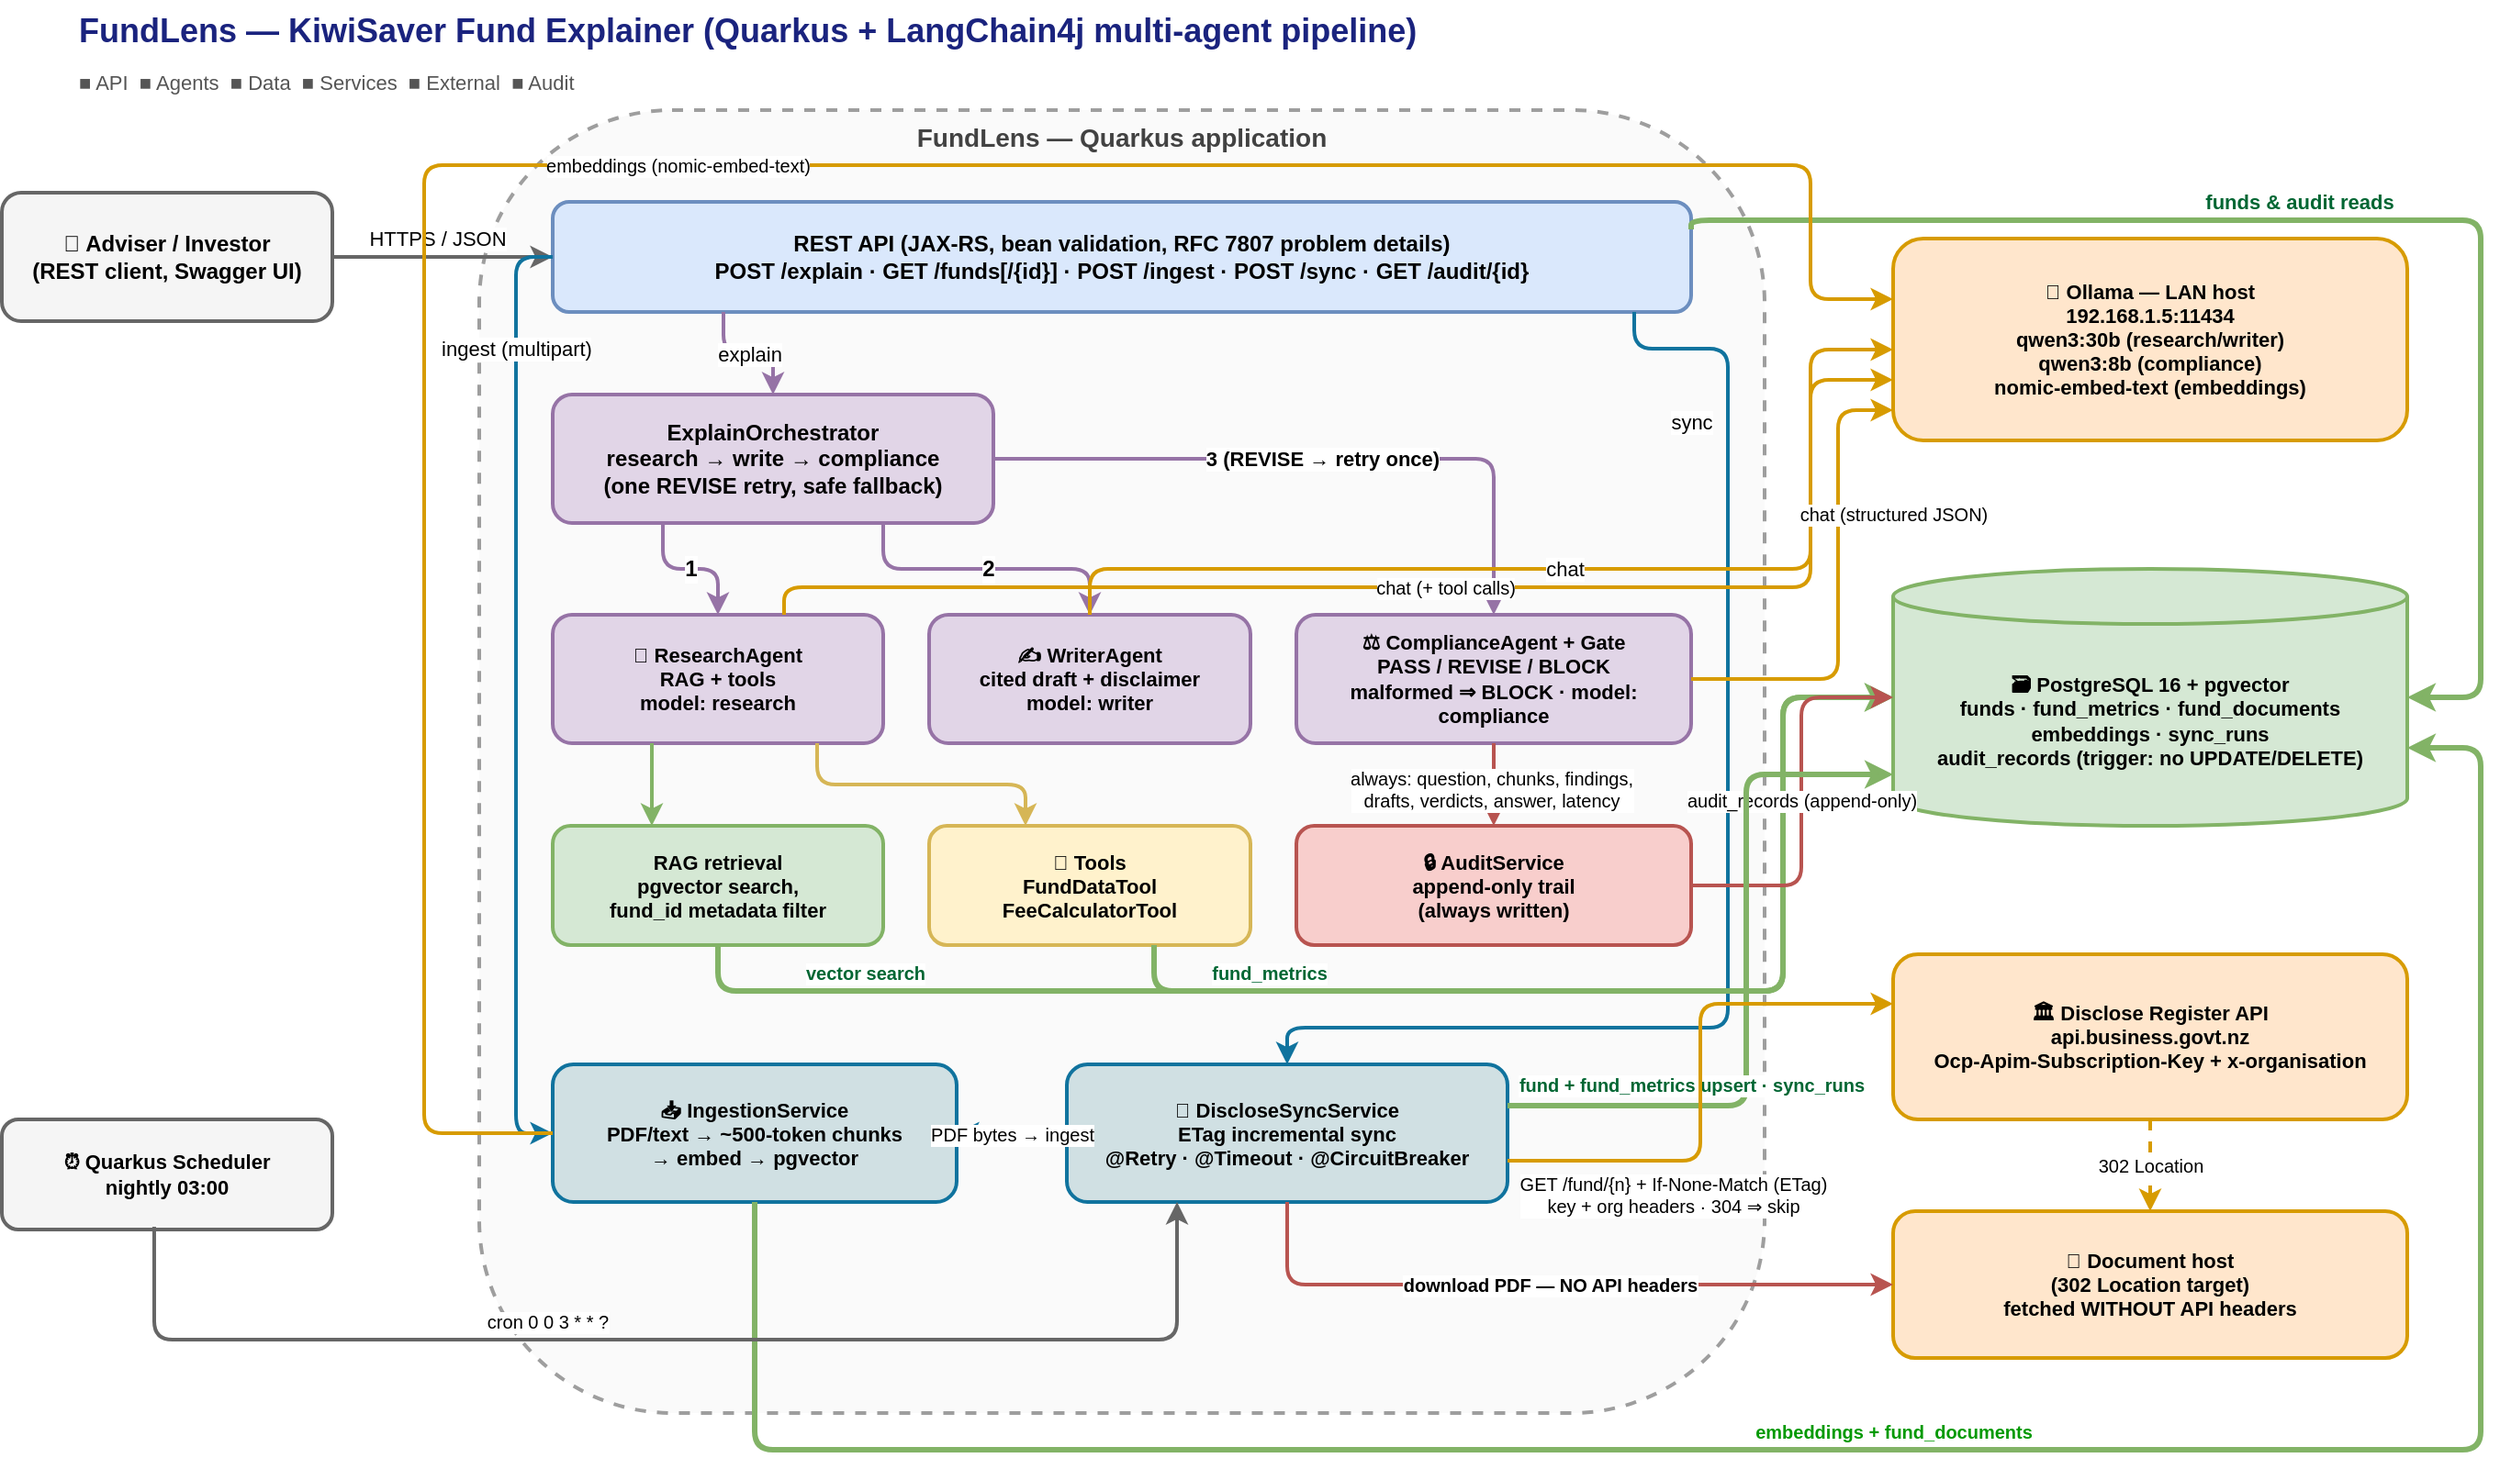
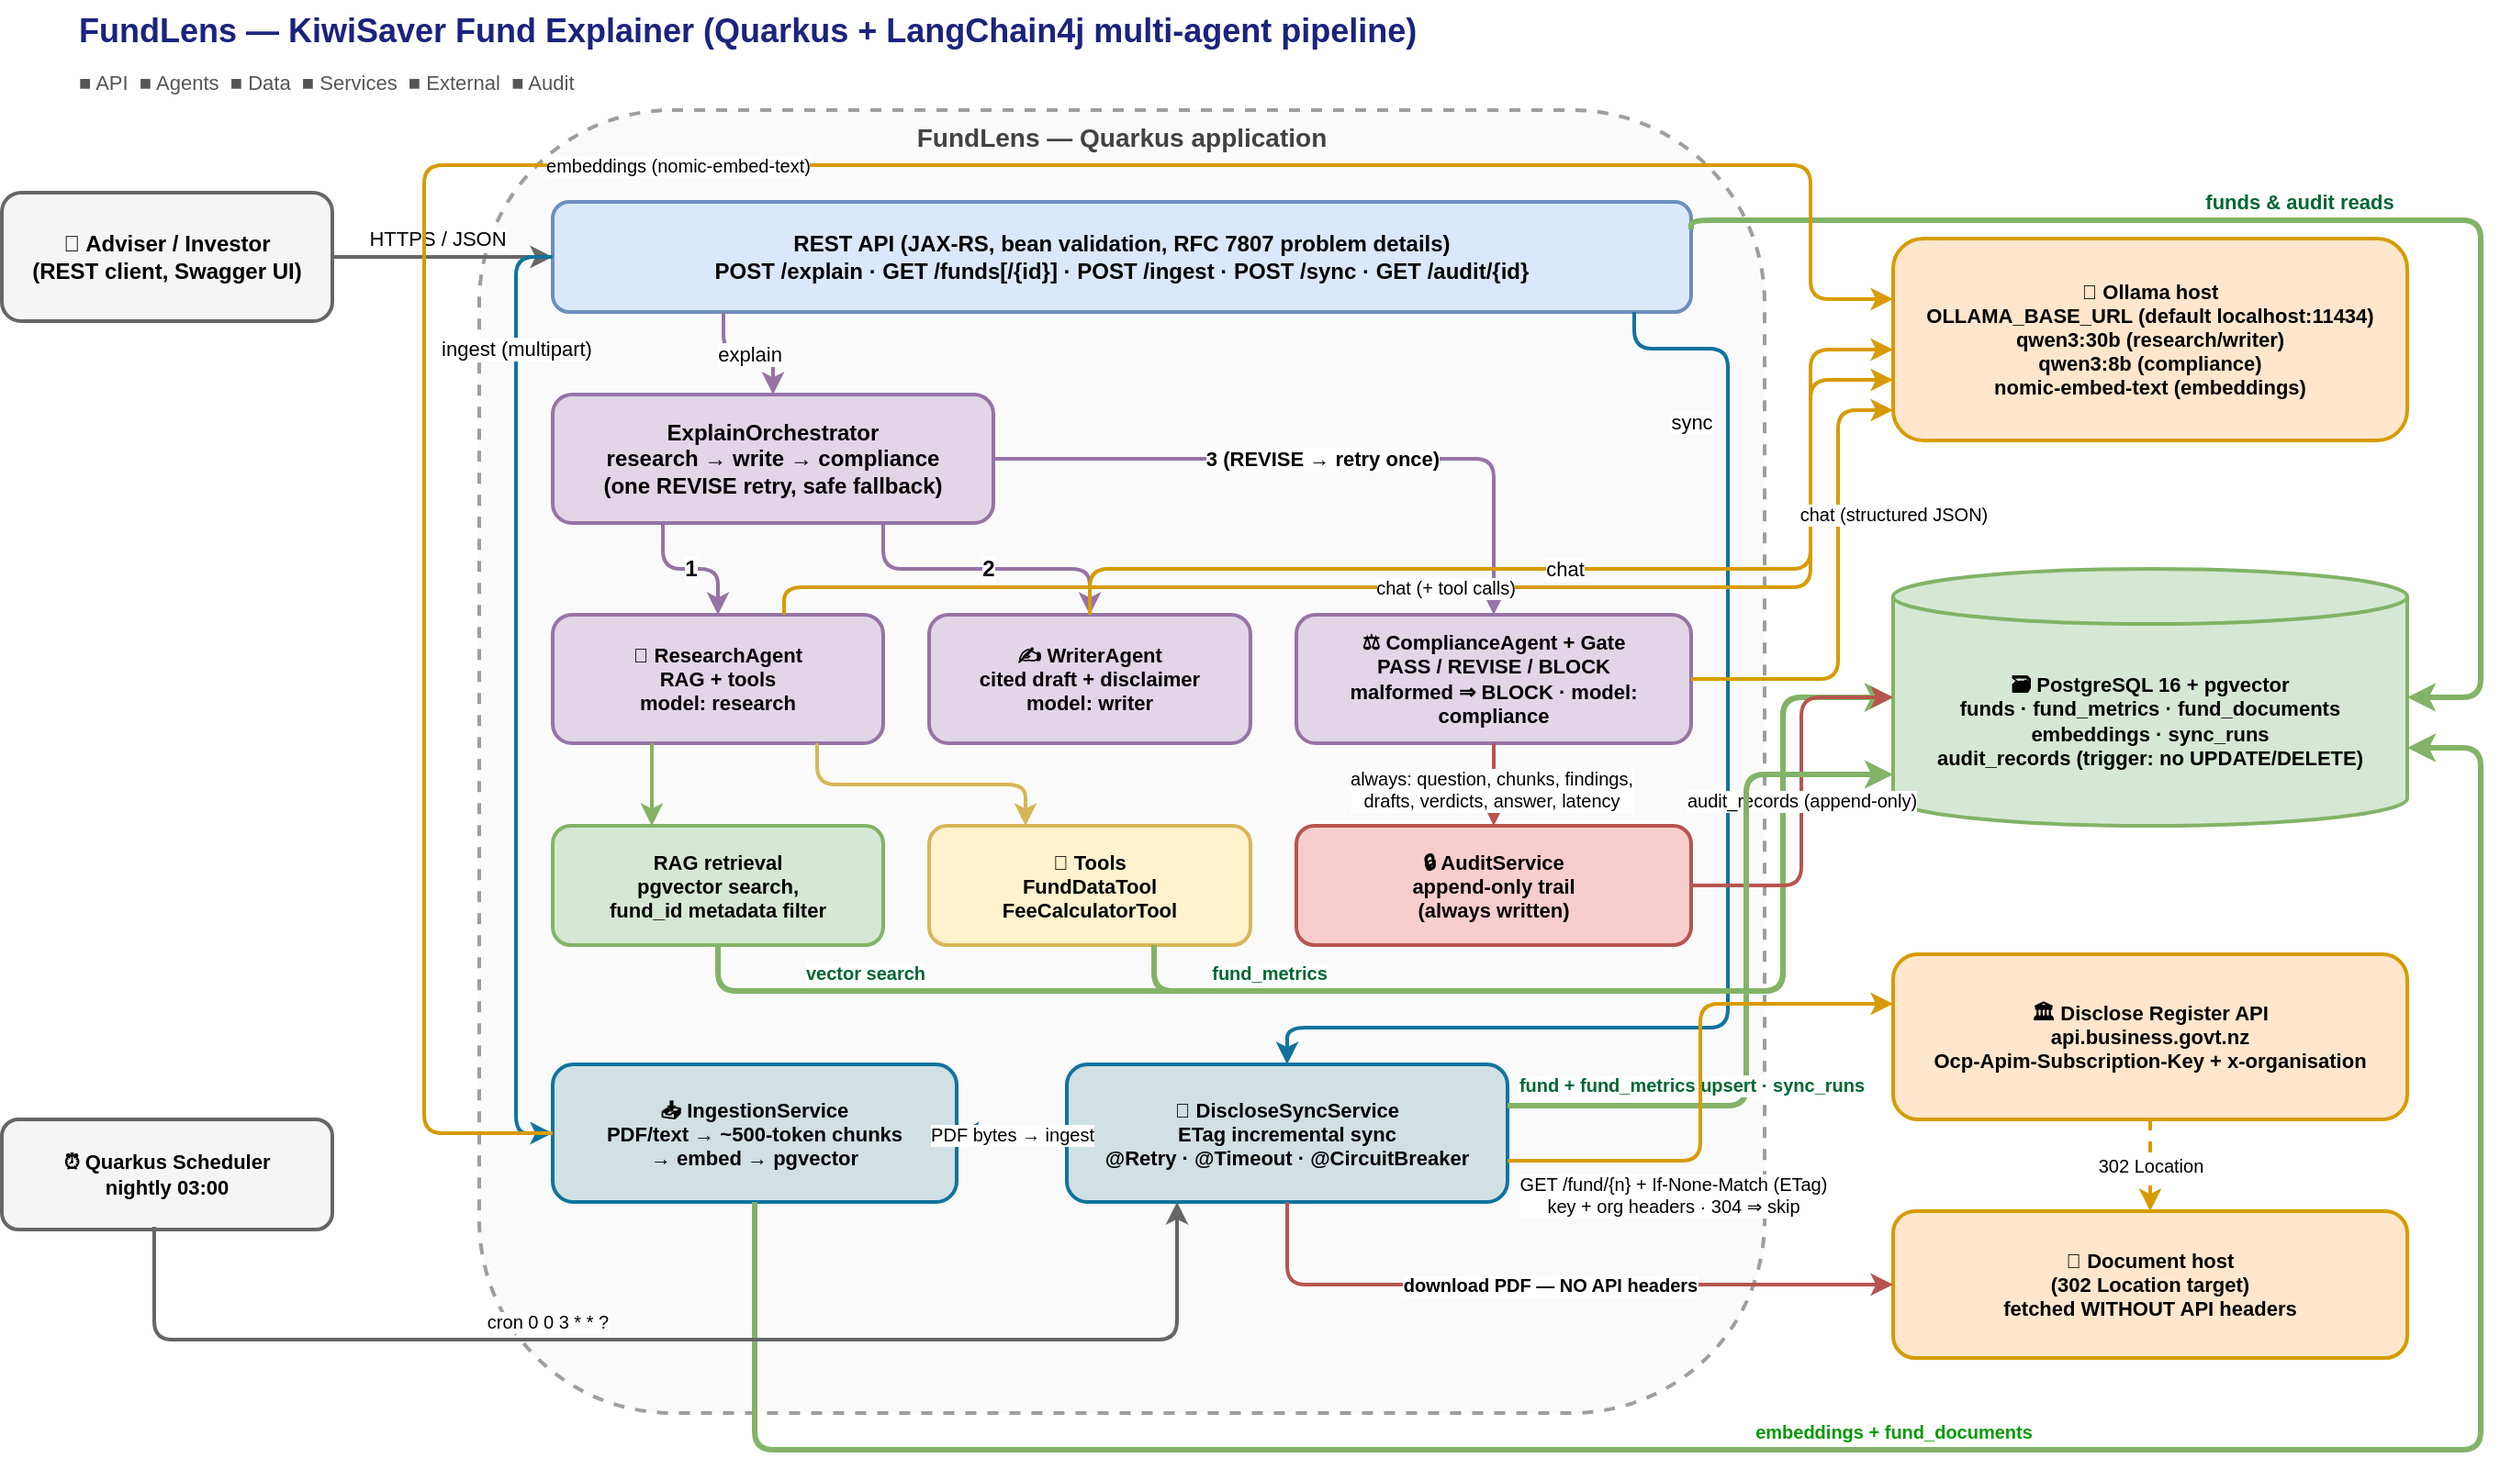
<mxfile host="Electron" agent="FundLens">
  <diagram id="fundlens-arch" name="FundLens Architecture">
    <mxGraphModel dx="2779" dy="850" grid="1" gridSize="10" guides="1" tooltips="1" connect="1" arrows="1" fold="1" page="1" pageScale="1" pageWidth="1400" pageHeight="950" math="0" shadow="0">
      <root>
        <mxCell id="0" />
        <mxCell id="1" parent="0" />
        <mxCell id="title" parent="1" style="text;html=1;fontSize=18;fontStyle=1;fontColor=#1A237E;align=left;" value="FundLens — KiwiSaver Fund Explainer (Quarkus + LangChain4j multi-agent pipeline)" vertex="1">
          <mxGeometry height="30" width="900" x="40" y="20" as="geometry" />
        </mxCell>
        <mxCell id="legend" parent="1" style="text;html=1;fontSize=11;fontColor=#555555;align=left;" value="■ API  ■ Agents  ■ Data  ■ Services  ■ External  ■ Audit" vertex="1">
          <mxGeometry height="20" width="600" x="40" y="52" as="geometry" />
        </mxCell>
        <mxCell id="client" parent="1" style="rounded=1;whiteSpace=wrap;html=1;fillColor=#f5f5f5;strokeColor=#666666;fontSize=12;fontStyle=1;strokeWidth=2;" value="👤 Adviser / Investor&#xa;(REST client, Swagger UI)" vertex="1">
          <mxGeometry height="70" width="180" y="125" as="geometry" />
        </mxCell>
        <mxCell id="scheduler" parent="1" style="rounded=1;whiteSpace=wrap;html=1;fillColor=#f5f5f5;strokeColor=#666666;fontSize=11;fontStyle=1;strokeWidth=2;" value="⏰ Quarkus Scheduler&#xa;nightly 03:00" vertex="1">
          <mxGeometry height="60" width="180" y="630" as="geometry" />
        </mxCell>
        <mxCell id="app" parent="1" style="rounded=1;whiteSpace=wrap;html=1;fillColor=#FAFAFA;strokeColor=#9E9E9E;verticalAlign=top;fontSize=14;fontStyle=1;fontColor=#424242;dashed=1;strokeWidth=2;" value="FundLens — Quarkus application" vertex="1">
          <mxGeometry height="710" width="700" x="260" y="80" as="geometry" />
        </mxCell>
        <mxCell id="api" parent="1" style="rounded=1;whiteSpace=wrap;html=1;fillColor=#dae8fc;strokeColor=#6c8ebf;fontSize=12;fontStyle=1;strokeWidth=2;" value="REST API (JAX-RS, bean validation, RFC 7807 problem details)&#xa;POST /explain · GET /funds[/{id}] · POST /ingest · POST /sync · GET /audit/{id}" vertex="1">
          <mxGeometry height="60" width="620" x="300" y="130" as="geometry" />
        </mxCell>
        <mxCell id="orchestrator" parent="1" style="rounded=1;whiteSpace=wrap;html=1;fillColor=#e1d5e7;strokeColor=#9673a6;fontSize=12;fontStyle=1;strokeWidth=2;" value="ExplainOrchestrator&#xa;research → write → compliance&#xa;(one REVISE retry, safe fallback)" vertex="1">
          <mxGeometry height="70" width="240" x="300" y="235" as="geometry" />
        </mxCell>
        <mxCell id="research" parent="1" style="rounded=1;whiteSpace=wrap;html=1;fillColor=#e1d5e7;strokeColor=#9673a6;fontSize=11;fontStyle=1;strokeWidth=2;" value="🤖 ResearchAgent&#xa;RAG + tools&#xa;model: research" vertex="1">
          <mxGeometry height="70" width="180" x="300" y="355" as="geometry" />
        </mxCell>
        <mxCell id="writer" parent="1" style="rounded=1;whiteSpace=wrap;html=1;fillColor=#e1d5e7;strokeColor=#9673a6;fontSize=11;fontStyle=1;strokeWidth=2;" value="✍ WriterAgent&#xa;cited draft + disclaimer&#xa;model: writer" vertex="1">
          <mxGeometry height="70" width="175" x="505" y="355" as="geometry" />
        </mxCell>
        <mxCell id="compliance" parent="1" style="rounded=1;whiteSpace=wrap;html=1;fillColor=#e1d5e7;strokeColor=#9673a6;fontSize=11;fontStyle=1;strokeWidth=2;" value="⚖ ComplianceAgent + Gate&#xa;PASS / REVISE / BLOCK&#xa;malformed ⇒ BLOCK · model: compliance" vertex="1">
          <mxGeometry height="70" width="215" x="705" y="355" as="geometry" />
        </mxCell>
        <mxCell id="rag" parent="1" style="rounded=1;whiteSpace=wrap;html=1;fillColor=#d5e8d4;strokeColor=#82b366;fontSize=11;fontStyle=1;strokeWidth=2;" value="RAG retrieval&#xa;pgvector search,&#xa;fund_id metadata filter" vertex="1">
          <mxGeometry height="65" width="180" x="300" y="470" as="geometry" />
        </mxCell>
        <mxCell id="tools" parent="1" style="rounded=1;whiteSpace=wrap;html=1;fillColor=#fff2cc;strokeColor=#d6b656;fontSize=11;fontStyle=1;strokeWidth=2;" value="🔧 Tools&#xa;FundDataTool&#xa;FeeCalculatorTool" vertex="1">
          <mxGeometry height="65" width="175" x="505" y="470" as="geometry" />
        </mxCell>
        <mxCell id="audit" parent="1" style="rounded=1;whiteSpace=wrap;html=1;fillColor=#f8cecc;strokeColor=#b85450;fontSize=11;fontStyle=1;strokeWidth=2;" value="🔒 AuditService&#xa;append-only trail&#xa;(always written)" vertex="1">
          <mxGeometry height="65" width="215" x="705" y="470" as="geometry" />
        </mxCell>
        <mxCell id="ingestion" parent="1" style="rounded=1;whiteSpace=wrap;html=1;fillColor=#d0e0e3;strokeColor=#10739e;fontSize=11;fontStyle=1;strokeWidth=2;" value="📥 IngestionService&#xa;PDF/text → ~500-token chunks&#xa;→ embed → pgvector" vertex="1">
          <mxGeometry height="75" width="220" x="300" y="600" as="geometry" />
        </mxCell>
        <mxCell id="sync" parent="1" style="rounded=1;whiteSpace=wrap;html=1;fillColor=#d0e0e3;strokeColor=#10739e;fontSize=11;fontStyle=1;strokeWidth=2;" value="🔄 DiscloseSyncService&#xa;ETag incremental sync&#xa;@Retry · @Timeout · @CircuitBreaker" vertex="1">
          <mxGeometry height="75" width="240" x="580" y="600" as="geometry" />
        </mxCell>
-         <mxCell id="ollama" parent="1" style="rounded=1;whiteSpace=wrap;html=1;fillColor=#ffe6cc;strokeColor=#d79b00;fontSize=11;fontStyle=1;strokeWidth=2;" value="🧠 Ollama — LAN host&#xa;192.168.1.5:11434&#xa;qwen3:30b (research/writer)&#xa;qwen3:8b (compliance)&#xa;nomic-embed-text (embeddings)" vertex="1">
+         <mxCell id="ollama" parent="1" style="rounded=1;whiteSpace=wrap;html=1;fillColor=#ffe6cc;strokeColor=#d79b00;fontSize=11;fontStyle=1;strokeWidth=2;" value="🧠 Ollama host&#xa;OLLAMA_BASE_URL (default localhost:11434)&#xa;qwen3:30b (research/writer)&#xa;qwen3:8b (compliance)&#xa;nomic-embed-text (embeddings)" vertex="1">
          <mxGeometry height="110" width="280" x="1030" y="150" as="geometry" />
        </mxCell>
        <mxCell id="postgres" parent="1" style="shape=cylinder3;whiteSpace=wrap;html=1;boundedLbl=1;backgroundOutline=1;size=15;fillColor=#d5e8d4;strokeColor=#82b366;fontSize=11;fontStyle=1;strokeWidth=2;" value="🗃 PostgreSQL 16 + pgvector&#xa;funds · fund_metrics · fund_documents&#xa;embeddings · sync_runs&#xa;audit_records (trigger: no UPDATE/DELETE)" vertex="1">
          <mxGeometry height="140" width="280" x="1030" y="330" as="geometry" />
        </mxCell>
        <mxCell id="disclose" parent="1" style="rounded=1;whiteSpace=wrap;html=1;fillColor=#ffe6cc;strokeColor=#d79b00;fontSize=11;fontStyle=1;strokeWidth=2;" value="🏛 Disclose Register API&#xa;api.business.govt.nz&#xa;Ocp-Apim-Subscription-Key + x-organisation" vertex="1">
          <mxGeometry height="90" width="280" x="1030" y="540" as="geometry" />
        </mxCell>
        <mxCell id="filehost" parent="1" style="rounded=1;whiteSpace=wrap;html=1;fillColor=#ffe6cc;strokeColor=#d79b00;fontSize=11;fontStyle=1;strokeWidth=2;" value="📄 Document host&#xa;(302 Location target)&#xa;fetched WITHOUT API headers" vertex="1">
          <mxGeometry height="80" width="280" x="1030" y="680" as="geometry" />
        </mxCell>
        <mxCell id="eClientApi" edge="1" parent="1" source="client" style="edgeStyle=orthogonalEdgeStyle;rounded=1;html=1;strokeColor=#666666;strokeWidth=2;fontSize=11;labelBackgroundColor=#ffffff;exitX=1;exitY=0.5;entryX=0;entryY=0.5;" target="api" value="HTTPS / JSON">
          <mxGeometry relative="1" x="0.037" y="11" as="geometry">
            <mxPoint x="-5" y="1" as="offset" />
          </mxGeometry>
        </mxCell>
        <mxCell id="eApiOrch" edge="1" parent="1" source="api" style="edgeStyle=orthogonalEdgeStyle;rounded=1;html=1;strokeColor=#9673a6;strokeWidth=2;fontSize=11;labelBackgroundColor=#ffffff;exitX=0.15;exitY=1;entryX=0.5;entryY=0;" target="orchestrator" value="explain">
          <mxGeometry relative="1" as="geometry" />
        </mxCell>
        <mxCell id="eApiIngest" edge="1" parent="1" source="api" style="edgeStyle=orthogonalEdgeStyle;rounded=1;html=1;strokeColor=#10739e;strokeWidth=2;fontSize=11;labelBackgroundColor=#ffffff;exitX=0;exitY=0.5;entryX=0;entryY=0.5;" target="ingestion" value="ingest (multipart)">
          <mxGeometry relative="1" x="-0.7295" as="geometry">
            <mxPoint as="offset" />
            <Array as="points">
              <mxPoint x="280" y="160" />
              <mxPoint x="280" y="637" />
            </Array>
          </mxGeometry>
        </mxCell>
        <mxCell id="eApiSync" edge="1" parent="1" source="api" style="edgeStyle=orthogonalEdgeStyle;rounded=1;html=1;strokeColor=#10739e;strokeWidth=2;fontSize=11;labelBackgroundColor=#ffffff;exitX=0.95;exitY=1;entryX=0.5;entryY=0;" target="sync" value="sync">
          <mxGeometry relative="1" x="-0.6833" y="-20" as="geometry">
            <mxPoint as="offset" />
            <Array as="points">
              <mxPoint x="940" y="210" />
              <mxPoint x="940" y="580" />
              <mxPoint x="700" y="580" />
            </Array>
          </mxGeometry>
        </mxCell>
        <mxCell id="eApiPg" edge="1" parent="1" source="api" style="rounded=1;html=1;strokeColor=#82b366;strokeWidth=3;fontSize=11;labelBackgroundColor=#ffffff;entryX=1;entryY=0.5;entryDx=0;entryDy=0;entryPerimeter=0;edgeStyle=orthogonalEdgeStyle;exitX=1;exitY=0.25;exitDx=0;exitDy=0;" target="postgres" value="&lt;b&gt;&lt;font style=&quot;color: rgb(0, 102, 51);&quot;&gt;funds &amp;amp; audit reads&lt;/font&gt;&lt;/b&gt;">
          <mxGeometry relative="1" x="-0.087" y="10" as="geometry">
            <mxPoint as="offset" />
            <Array as="points">
              <mxPoint x="920" y="140" />
              <mxPoint x="1350" y="140" />
              <mxPoint x="1350" y="400" />
            </Array>
          </mxGeometry>
        </mxCell>
        <mxCell id="eOrchResearch" edge="1" parent="1" source="orchestrator" style="edgeStyle=orthogonalEdgeStyle;rounded=1;html=1;strokeColor=#9673a6;strokeWidth=2;fontSize=12;fontStyle=1;labelBackgroundColor=#ffffff;exitX=0.25;exitY=1;entryX=0.5;entryY=0;" target="research" value="1">
          <mxGeometry relative="1" as="geometry" />
        </mxCell>
        <mxCell id="eOrchWriter" edge="1" parent="1" source="orchestrator" style="edgeStyle=orthogonalEdgeStyle;rounded=1;html=1;strokeColor=#9673a6;strokeWidth=2;fontSize=12;fontStyle=1;labelBackgroundColor=#ffffff;exitX=0.75;exitY=1;entryX=0.5;entryY=0;" target="writer" value="2">
          <mxGeometry relative="1" as="geometry" />
        </mxCell>
        <mxCell id="eOrchCompliance" edge="1" parent="1" source="orchestrator" style="edgeStyle=orthogonalEdgeStyle;rounded=1;html=1;strokeColor=#9673a6;strokeWidth=2;fontSize=11;fontStyle=1;labelBackgroundColor=#ffffff;exitX=1;exitY=0.5;entryX=0.5;entryY=0;" target="compliance" value="3 (REVISE → retry once)">
          <mxGeometry relative="1" as="geometry">
            <Array as="points">
              <mxPoint x="812" y="270" />
            </Array>
          </mxGeometry>
        </mxCell>
        <mxCell id="eResearchRag" edge="1" parent="1" source="research" style="edgeStyle=orthogonalEdgeStyle;rounded=1;html=1;strokeColor=#82b366;strokeWidth=2;fontSize=11;exitX=0.3;exitY=1;entryX=0.3;entryY=0;" target="rag" value="">
          <mxGeometry relative="1" as="geometry" />
        </mxCell>
        <mxCell id="eResearchTools" edge="1" parent="1" source="research" style="edgeStyle=orthogonalEdgeStyle;rounded=1;html=1;strokeColor=#d6b656;strokeWidth=2;fontSize=11;exitX=0.8;exitY=1;entryX=0.3;entryY=0;" target="tools" value="">
          <mxGeometry relative="1" as="geometry" />
        </mxCell>
        <mxCell id="eOrchAudit" edge="1" parent="1" source="compliance" style="edgeStyle=orthogonalEdgeStyle;rounded=1;html=1;strokeColor=#b85450;strokeWidth=2;fontSize=10;labelBackgroundColor=#ffffff;exitX=0.5;exitY=1;entryX=0.5;entryY=0;dashed=0;" target="audit" value="always: question, chunks, findings,&#xa;drafts, verdicts, answer, latency">
          <mxGeometry relative="1" x="0.1111" y="-2" as="geometry">
            <mxPoint as="offset" />
          </mxGeometry>
        </mxCell>
        <mxCell id="eResearchOllama" edge="1" parent="1" source="research" style="edgeStyle=orthogonalEdgeStyle;rounded=1;html=1;strokeColor=#d79b00;strokeWidth=2;fontSize=10;labelBackgroundColor=#ffffff;exitX=0.7;exitY=0;entryX=0;entryY=0.55;" target="ollama" value="chat (+ tool calls)">
          <mxGeometry relative="1" as="geometry">
            <Array as="points">
              <mxPoint x="426" y="340" />
              <mxPoint x="985" y="340" />
              <mxPoint x="985" y="211" />
            </Array>
          </mxGeometry>
        </mxCell>
        <mxCell id="eWriterOllama" edge="1" parent="1" source="writer" style="edgeStyle=orthogonalEdgeStyle;rounded=1;html=1;strokeColor=#d79b00;strokeWidth=2;fontSize=11;labelBackgroundColor=#ffffff;exitX=0.5;exitY=0;entryX=0;entryY=0.7;" target="ollama" value="chat">
          <mxGeometry relative="1" as="geometry">
            <Array as="points">
              <mxPoint x="592" y="330" />
              <mxPoint x="985" y="330" />
              <mxPoint x="985" y="227" />
            </Array>
          </mxGeometry>
        </mxCell>
        <mxCell id="eComplianceOllama" edge="1" parent="1" source="compliance" style="edgeStyle=orthogonalEdgeStyle;rounded=1;html=1;strokeColor=#d79b00;strokeWidth=2;fontSize=10;labelBackgroundColor=#ffffff;exitX=1;exitY=0.5;entryX=0;entryY=0.85;" target="ollama" value="chat (structured JSON)">
          <mxGeometry relative="1" x="0.3255" y="-30" as="geometry">
            <mxPoint as="offset" />
            <Array as="points">
              <mxPoint x="1000" y="390" />
              <mxPoint x="1000" y="243" />
            </Array>
          </mxGeometry>
        </mxCell>
        <mxCell id="eIngestOllama" edge="1" parent="1" source="ingestion" style="edgeStyle=orthogonalEdgeStyle;rounded=1;html=1;strokeColor=#d79b00;strokeWidth=2;fontSize=10;labelBackgroundColor=#ffffff;exitX=0;exitY=0.5;entryX=0;entryY=0.3;" target="ollama" value="embeddings (nomic-embed-text)">
          <mxGeometry relative="1" as="geometry">
            <Array as="points">
              <mxPoint x="230" y="638" />
              <mxPoint x="230" y="110" />
              <mxPoint x="985" y="110" />
              <mxPoint x="985" y="183" />
            </Array>
          </mxGeometry>
        </mxCell>
        <mxCell id="eRagPg" edge="1" parent="1" source="rag" style="edgeStyle=orthogonalEdgeStyle;rounded=1;html=1;strokeColor=#82b366;strokeWidth=3;fontSize=10;labelBackgroundColor=#ffffff;exitX=0.5;exitY=1;entryX=0;entryY=0.5;" target="postgres" value="&lt;b&gt;&lt;font style=&quot;color: rgb(0, 102, 51);&quot;&gt;vector search&lt;/font&gt;&lt;/b&gt;">
          <mxGeometry relative="1" x="-0.7455" y="10" as="geometry">
            <mxPoint as="offset" />
            <Array as="points">
              <mxPoint x="390" y="560" />
              <mxPoint x="970" y="560" />
              <mxPoint x="970" y="400" />
            </Array>
          </mxGeometry>
        </mxCell>
        <mxCell id="eToolsPg" edge="1" parent="1" source="tools" style="edgeStyle=orthogonalEdgeStyle;rounded=1;html=1;strokeColor=#82b366;strokeWidth=3;fontSize=10;labelBackgroundColor=#ffffff;exitX=0.7;exitY=1;entryX=0;entryY=0.5;" target="postgres" value="&lt;b&gt;&lt;font style=&quot;color: rgb(0, 102, 51);&quot;&gt;fund_metrics&lt;/font&gt;&lt;/b&gt;">
          <mxGeometry relative="1" x="-0.7021" y="10" as="geometry">
            <mxPoint as="offset" />
            <Array as="points">
              <mxPoint x="627" y="560" />
              <mxPoint x="970" y="560" />
              <mxPoint x="970" y="400" />
            </Array>
          </mxGeometry>
        </mxCell>
        <mxCell id="eAuditPg" edge="1" parent="1" source="audit" style="edgeStyle=orthogonalEdgeStyle;rounded=1;html=1;strokeColor=#b85450;strokeWidth=2;fontSize=10;labelBackgroundColor=#ffffff;exitX=1;exitY=0.5;entryX=0;entryY=0.5;" target="postgres" value="audit_records (append-only)">
          <mxGeometry relative="1" as="geometry">
            <Array as="points">
              <mxPoint x="980" y="503" />
              <mxPoint x="980" y="400" />
            </Array>
          </mxGeometry>
        </mxCell>
        <mxCell id="eIngestPg" edge="1" parent="1" source="ingestion" style="edgeStyle=orthogonalEdgeStyle;rounded=1;html=1;strokeColor=#82b366;strokeWidth=3;fontSize=10;labelBackgroundColor=#ffffff;exitX=0.5;exitY=1;entryX=1;entryY=0;entryDx=0;entryDy=97.5;entryPerimeter=0;" target="postgres" value="&lt;b&gt;&lt;font style=&quot;color: rgb(0, 153, 0);&quot;&gt;embeddings + fund_documents&lt;/font&gt;&lt;/b&gt;">
          <mxGeometry relative="1" x="0.0083" y="10" as="geometry">
            <mxPoint as="offset" />
            <Array as="points">
              <mxPoint x="410" y="810" />
              <mxPoint x="1350" y="810" />
              <mxPoint x="1350" y="428" />
            </Array>
          </mxGeometry>
        </mxCell>
        <mxCell id="eSyncPg" edge="1" parent="1" source="sync" style="rounded=1;html=1;strokeColor=#82b366;strokeWidth=3;fontSize=10;labelBackgroundColor=#ffffff;exitX=1;exitY=0.3;entryX=0;entryY=0.8;edgeStyle=orthogonalEdgeStyle;" target="postgres" value="&lt;font style=&quot;color: rgb(0, 102, 51);&quot;&gt;&lt;b style=&quot;&quot;&gt;fund + fund_metrics upsert · sync_runs&lt;/b&gt;&lt;/font&gt;">
          <mxGeometry relative="1" x="-0.4878" y="13" as="geometry">
            <mxPoint y="1" as="offset" />
            <Array as="points">
              <mxPoint x="950" y="623" />
              <mxPoint x="950" y="442" />
            </Array>
          </mxGeometry>
        </mxCell>
        <mxCell id="eSyncDisclose" edge="1" parent="1" source="sync" style="edgeStyle=orthogonalEdgeStyle;rounded=1;html=1;strokeColor=#d79b00;strokeWidth=2;fontSize=10;labelBackgroundColor=#ffffff;exitX=1;exitY=0.7;entryX=0;entryY=0.3;" target="disclose" value="GET /fund/{n} + If-None-Match (ETag)&#xa;key + org headers · 304 ⇒ skip">
          <mxGeometry relative="1" x="-0.3909" y="-17" as="geometry">
            <mxPoint y="1" as="offset" />
            <Array as="points">
              <mxPoint x="925" y="653" />
              <mxPoint x="925" y="567" />
            </Array>
          </mxGeometry>
        </mxCell>
        <mxCell id="eDiscloseFilehost" edge="1" parent="1" source="disclose" style="edgeStyle=orthogonalEdgeStyle;rounded=1;html=1;strokeColor=#d79b00;strokeWidth=2;fontSize=10;labelBackgroundColor=#ffffff;dashed=1;exitX=0.5;exitY=1;entryX=0.5;entryY=0;" target="filehost" value="302 Location">
          <mxGeometry relative="1" as="geometry" />
        </mxCell>
        <mxCell id="eSyncFilehost" edge="1" parent="1" source="sync" style="edgeStyle=orthogonalEdgeStyle;rounded=1;html=1;strokeColor=#b85450;strokeWidth=2;fontSize=10;fontStyle=1;labelBackgroundColor=#ffffff;exitX=0.5;exitY=1;entryX=0;entryY=0.5;" target="filehost" value="download PDF — NO API headers">
          <mxGeometry relative="1" as="geometry">
            <Array as="points">
              <mxPoint x="700" y="720" />
            </Array>
          </mxGeometry>
        </mxCell>
        <mxCell id="eSyncIngest" edge="1" parent="1" source="sync" style="edgeStyle=orthogonalEdgeStyle;rounded=1;html=1;strokeColor=#10739e;strokeWidth=2;fontSize=10;labelBackgroundColor=#ffffff;exitX=0;exitY=0.5;entryX=1;entryY=0.5;" target="ingestion" value="PDF bytes → ingest">
          <mxGeometry relative="1" as="geometry" />
        </mxCell>
        <mxCell id="eSchedulerSync" edge="1" parent="1" source="scheduler" style="rounded=1;html=1;strokeColor=#666666;strokeWidth=2;fontSize=10;labelBackgroundColor=#ffffff;exitX=0.461;exitY=0.975;entryX=0.25;entryY=1;entryDx=0;entryDy=0;edgeStyle=orthogonalEdgeStyle;exitDx=0;exitDy=0;exitPerimeter=0;" target="sync" value="cron 0 0 3 * * ?">
          <mxGeometry relative="1" x="-0.2038" y="10" as="geometry">
            <mxPoint as="offset" />
            <Array as="points">
              <mxPoint x="83" y="750" />
              <mxPoint x="640" y="750" />
            </Array>
          </mxGeometry>
        </mxCell>
      </root>
    </mxGraphModel>
  </diagram>
</mxfile>
